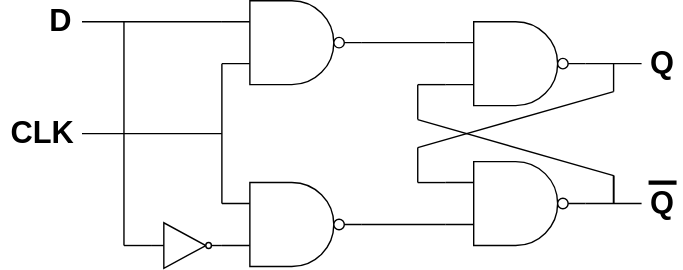
The draw.io diagram projects/threebitcounter/assets/tbc_d_latch.svg in coolachlanke/coolachlanke.github.io, before a commit. Source tidied: cells renumbered, new cells last; positions are measured from the earlier drawing's top-left corner, leaving out a move shared by most shapes.
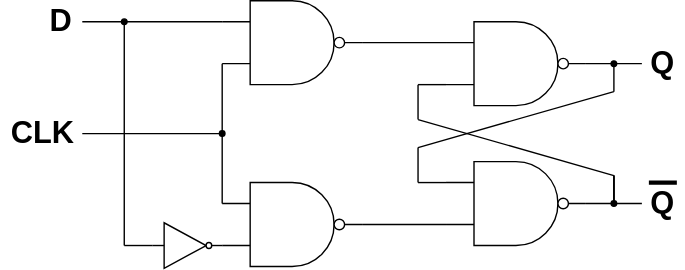
The same file after the commit.

The edit, as a diff of the source:
```diff
@@ -137,5 +137,17 @@
         <mxPoint x="88" y="175" as="sourcePoint" />
       </mxGeometry>
     </mxCell>
+    <mxCell id="31" style="ellipse;whiteSpace=wrap;html=1;fillColor=light-dark(#000000,#FFFFFF);rotation=0;" parent="1" vertex="1">
+      <mxGeometry x="156" y="93" width="4" height="4" as="geometry" />
+    </mxCell>
+    <mxCell id="32" style="ellipse;whiteSpace=wrap;html=1;fillColor=light-dark(#000000,#FFFFFF);rotation=0;" parent="1" vertex="1">
+      <mxGeometry x="86" y="13" width="4" height="4" as="geometry" />
+    </mxCell>
+    <mxCell id="33" style="ellipse;whiteSpace=wrap;html=1;fillColor=light-dark(#000000,#FFFFFF);rotation=0;" parent="1" vertex="1">
+      <mxGeometry x="436" y="43" width="4" height="4" as="geometry" />
+    </mxCell>
+    <mxCell id="34" style="ellipse;whiteSpace=wrap;html=1;fillColor=light-dark(#000000,#FFFFFF);rotation=0;" parent="1" vertex="1">
+      <mxGeometry x="436" y="143" width="4" height="4" as="geometry" />
+    </mxCell>
   </root>
 </mxGraphModel>
```
